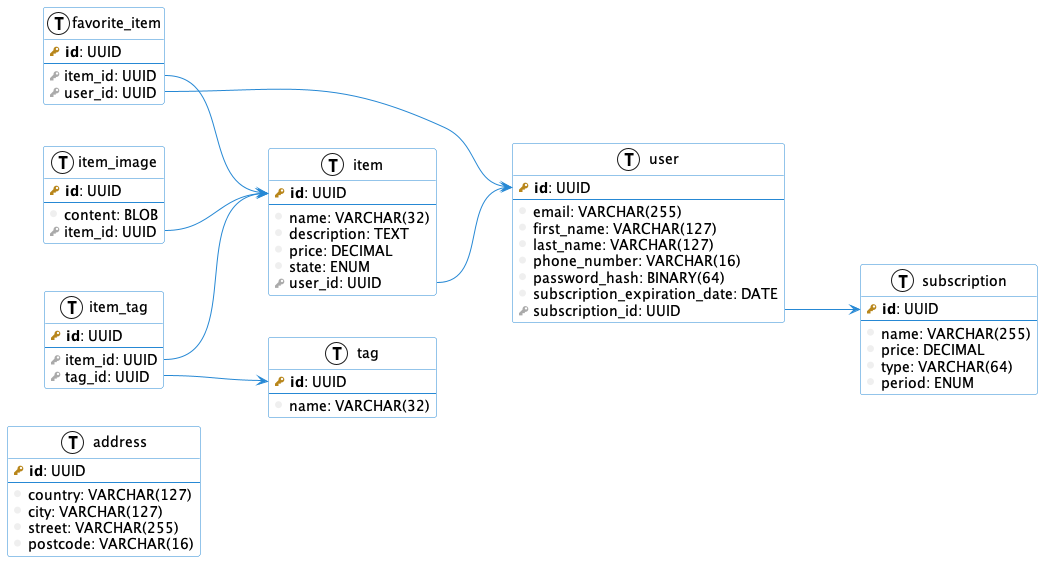
danilshvalov/databases-lab keeps this PlantUML diagram as db.png. Above is the earlier version.
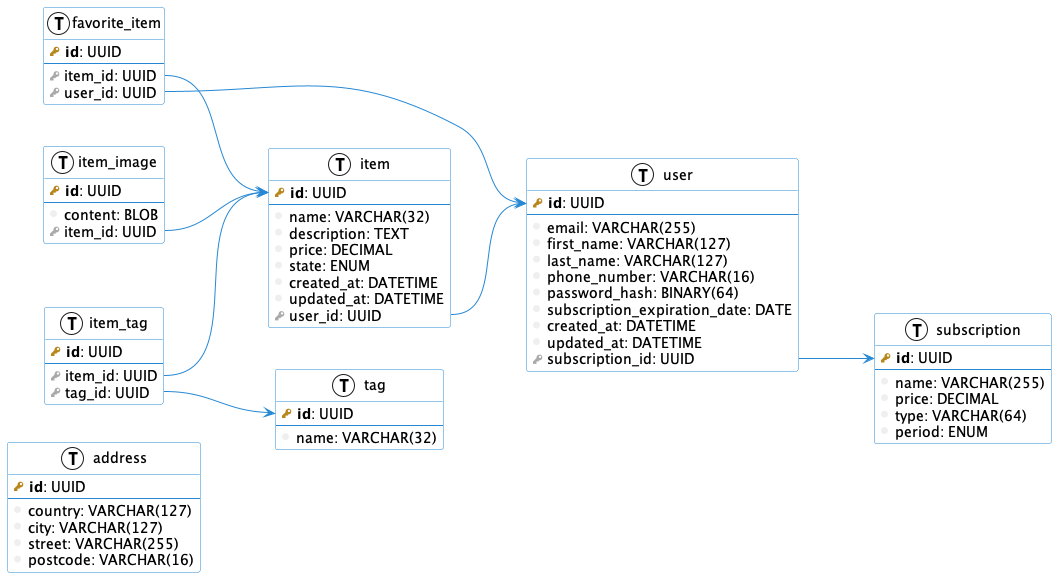
The same diagram one commit later.

What changed in the source:
```diff
@@ -41,6 +41,8 @@
     column(phone_number): VARCHAR(16)
     column(password_hash): BINARY(64)
     column(subscription_expiration_date): DATE
+    column(created_at): DATETIME
+    column(updated_at): DATETIME
     foreign_key(subscription_id): UUID
 }
 
@@ -59,8 +61,11 @@
     column(description): TEXT
     column(price): DECIMAL
     column(state): ENUM
+    column(created_at): DATETIME
+    column(updated_at): DATETIME
     foreign_key(user_id): UUID
 }
+
 
 item::user_id --> user::id
 
```
